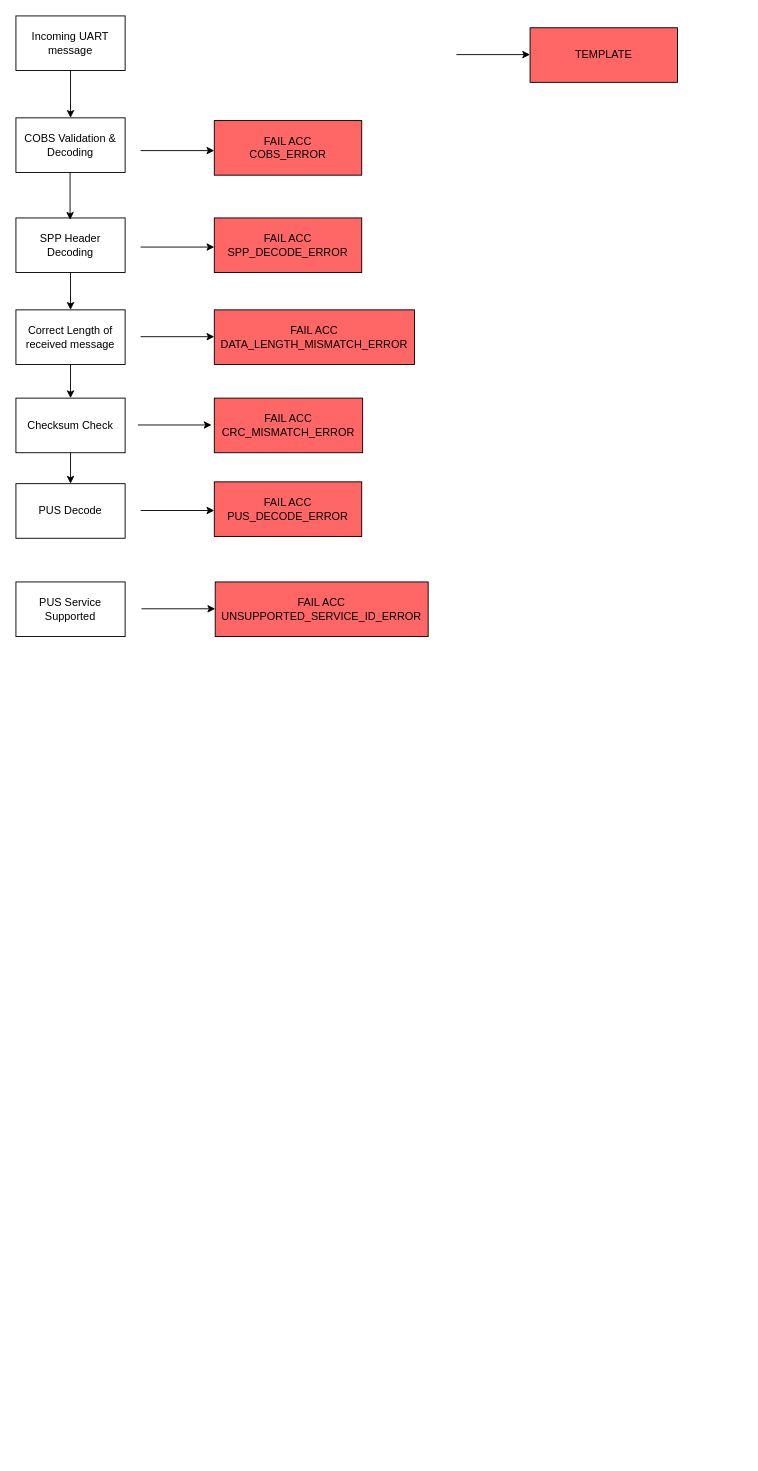
This is PUS_1_diagram.drawio from WhiskeySierraPapa/LP-Software-uC-SP-MThesis-2025, a draw.io file, before an edit. Source tidied: cells renumbered, new cells numbered last; positions are measured from the earlier drawing's top-left corner, leaving out a move shared by most shapes. Both pictures are drawn from the tidied source at 91%, with x=0, y=0 at pixel (15, 15).
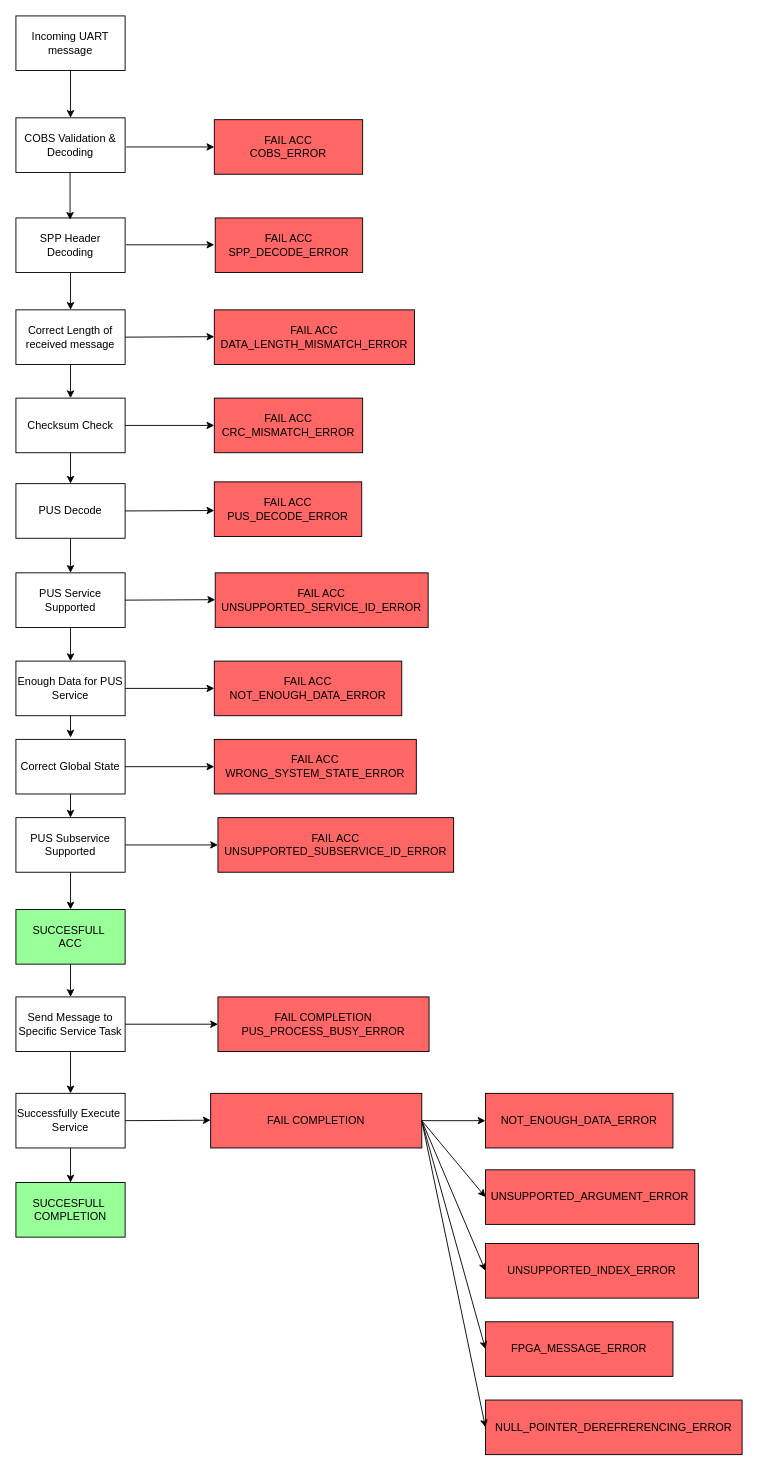
The same page after the edit.

The change refers to these unchanged cells:
```xml
<mxCell id="5" value="Correct Length of received message" style="rounded=0;whiteSpace=wrap;html=1;" parent="1" vertex="1">
  <mxGeometry y="323" width="120" height="60" as="geometry" />
</mxCell>
<mxCell id="6" value="Checksum Check" style="rounded=0;whiteSpace=wrap;html=1;" parent="1" vertex="1">
  <mxGeometry y="420" width="120" height="60" as="geometry" />
</mxCell>
<mxCell id="7" value="PUS Decode" style="rounded=0;whiteSpace=wrap;html=1;" parent="1" vertex="1">
  <mxGeometry y="514" width="120" height="60" as="geometry" />
</mxCell>
<mxCell id="17" value="FAIL ACC&lt;div&gt;CRC_MISMATCH_ERROR&lt;/div&gt;" style="rounded=0;whiteSpace=wrap;html=1;fillColor=#FF6666;" parent="1" vertex="1">
  <mxGeometry x="218" y="420" width="163" height="60" as="geometry" />
</mxCell>
```

The edit, as a diff of the source:
```diff
@@
-    <mxCell id="8" value="TEMPLATE" style="rounded=0;whiteSpace=wrap;html=1;fillColor=#FF6666;" parent="1" vertex="1">
-      <mxGeometry x="565" y="13" width="162" height="60" as="geometry" />
-    </mxCell>
-    <mxCell id="9" style="endArrow=classic;html=1;rounded=0;exitX=1;exitY=0.5;exitDx=0;exitDy=0;" parent="1" edge="1">
-      <mxGeometry relative="1" as="geometry">
-        <mxPoint x="484" y="42.5" as="sourcePoint" />
-        <mxPoint x="565" y="42.5" as="targetPoint" />
-      </mxGeometry>
-    </mxCell>
-    <mxCell id="10" style="endArrow=classic;html=1;rounded=0;" parent="1" edge="1">
+    <mxCell id="10" style="endArrow=classic;html=1;rounded=0;exitX=1;exitY=0.5;exitDx=0;exitDy=0;entryX=0;entryY=0.5;entryDx=0;entryDy=0;" parent="1" edge="1" target="11">
       <mxGeometry relative="1" as="geometry">
-        <mxPoint x="137" y="148" as="sourcePoint" />
-        <mxPoint x="218" y="148" as="targetPoint" />
+        <mxPoint x="121" y="144" as="sourcePoint" />
       </mxGeometry>
     </mxCell>
     <mxCell id="11" value="FAIL ACC&lt;div&gt;COBS_ERROR&lt;/div&gt;" style="rounded=0;whiteSpace=wrap;html=1;fillColor=#FF6666;" parent="1" vertex="1">
-      <mxGeometry x="218" y="115" width="162" height="60" as="geometry" />
+      <mxGeometry x="218" y="114" width="163" height="60" as="geometry" />
     </mxCell>
-    <mxCell id="12" style="endArrow=classic;html=1;rounded=0;exitX=1;exitY=0.5;exitDx=0;exitDy=0;" parent="1" edge="1">
-      <mxGeometry relative="1" as="geometry">
-        <mxPoint x="137" y="254" as="sourcePoint" />
-        <mxPoint x="218" y="254" as="targetPoint" />
-      </mxGeometry>
-    </mxCell>
     <mxCell id="13" value="FAIL ACC&lt;div&gt;SPP_DECODE_ERROR&lt;/div&gt;" style="rounded=0;whiteSpace=wrap;html=1;fillColor=#FF6666;" parent="1" vertex="1">
-      <mxGeometry x="218" y="222" width="162" height="60" as="geometry" />
+      <mxGeometry x="219" y="222" width="162" height="60" as="geometry" />
     </mxCell>
-    <mxCell id="14" style="endArrow=classic;html=1;rounded=0;exitX=1;exitY=0.5;exitDx=0;exitDy=0;" parent="1" edge="1">
+    <mxCell id="14" style="endArrow=classic;html=1;rounded=0;exitX=1;exitY=0.5;exitDx=0;exitDy=0;" parent="1" edge="1" source="5">
       <mxGeometry relative="1" as="geometry">
-        <mxPoint x="137" y="352.5" as="sourcePoint" />
         <mxPoint x="218" y="352.5" as="targetPoint" />
       </mxGeometry>
     </mxCell>
@@
-    <mxCell id="16" style="endArrow=classic;html=1;rounded=0;exitX=1;exitY=0.5;exitDx=0;exitDy=0;" parent="1" edge="1">
-      <mxGeometry relative="1" as="geometry">
-        <mxPoint x="134" y="449.5" as="sourcePoint" />
-        <mxPoint x="215" y="449.5" as="targetPoint" />
-      </mxGeometry>
+    <mxCell id="16" style="endArrow=classic;html=1;rounded=0;exitX=1;exitY=0.5;exitDx=0;exitDy=0;entryX=0;entryY=0.5;entryDx=0;entryDy=0;" parent="1" edge="1" source="6" target="17">
+      <mxGeometry relative="1" as="geometry" />
     </mxCell>
@@
-    <mxCell id="18" style="endArrow=classic;html=1;rounded=0;exitX=1;exitY=0.5;exitDx=0;exitDy=0;" parent="1" edge="1">
+    <mxCell id="18" style="endArrow=classic;html=1;rounded=0;exitX=1;exitY=0.5;exitDx=0;exitDy=0;" parent="1" edge="1" source="7">
       <mxGeometry relative="1" as="geometry">
-        <mxPoint x="137" y="543.5" as="sourcePoint" />
         <mxPoint x="218" y="543.5" as="targetPoint" />
       </mxGeometry>
     </mxCell>
@@
     <mxCell id="25" value="PUS Service Supported" style="rounded=0;whiteSpace=wrap;html=1;" parent="1" vertex="1">
-      <mxGeometry y="622" width="120" height="60" as="geometry" />
+      <mxGeometry y="612" width="120" height="60" as="geometry" />
     </mxCell>
     <mxCell id="26" value="FAIL ACC&lt;div&gt;UNSUPPORTED_SERVICE_ID_ERROR&lt;/div&gt;" style="rounded=0;whiteSpace=wrap;html=1;fillColor=#FF6666;" parent="1" vertex="1">
-      <mxGeometry x="219" y="622" width="234" height="60" as="geometry" />
+      <mxGeometry x="219" y="612" width="234" height="60" as="geometry" />
     </mxCell>
-    <mxCell id="27" style="endArrow=classic;html=1;rounded=0;exitX=1;exitY=0.5;exitDx=0;exitDy=0;" parent="1" edge="1">
+    <mxCell id="27" style="endArrow=classic;html=1;rounded=0;exitX=1;exitY=0.5;exitDx=0;exitDy=0;" parent="1" edge="1" source="25">
       <mxGeometry relative="1" as="geometry">
-        <mxPoint x="138" y="651.5" as="sourcePoint" />
-        <mxPoint x="219" y="651.5" as="targetPoint" />
+        <mxPoint x="219" y="641.5" as="targetPoint" />
       </mxGeometry>
     </mxCell>
+    <mxCell id="28" value="Enough Data for PUS Service" style="rounded=0;whiteSpace=wrap;html=1;" parent="1" vertex="1">
+      <mxGeometry y="709" width="120" height="60" as="geometry" />
+    </mxCell>
+    <mxCell id="29" value="Correct Global State" style="rounded=0;whiteSpace=wrap;html=1;" parent="1" vertex="1">
+      <mxGeometry y="795" width="120" height="60" as="geometry" />
+    </mxCell>
+    <mxCell id="30" value="FAIL ACC&lt;div&gt;NOT_ENOUGH_DATA_ERROR&lt;/div&gt;" style="rounded=0;whiteSpace=wrap;html=1;fillColor=#FF6666;" parent="1" vertex="1">
+      <mxGeometry x="218" y="709" width="206" height="60" as="geometry" />
+    </mxCell>
+    <mxCell id="31" style="endArrow=classic;html=1;rounded=0;exitX=1;exitY=0.5;exitDx=0;exitDy=0;entryX=0;entryY=0.5;entryDx=0;entryDy=0;" parent="1" edge="1" source="28" target="30">
+      <mxGeometry relative="1" as="geometry" />
+    </mxCell>
+    <mxCell id="32" value="FAIL ACC&lt;div&gt;WRONG_SYSTEM_STATE_ERROR&lt;/div&gt;" style="rounded=0;whiteSpace=wrap;html=1;fillColor=#FF6666;" parent="1" vertex="1">
+      <mxGeometry x="218" y="795" width="222" height="60" as="geometry" />
+    </mxCell>
+    <mxCell id="33" style="endArrow=classic;html=1;rounded=0;exitX=1;exitY=0.5;exitDx=0;exitDy=0;entryX=0;entryY=0.5;entryDx=0;entryDy=0;" parent="1" edge="1" source="29" target="32">
+      <mxGeometry relative="1" as="geometry" />
+    </mxCell>
+    <mxCell id="34" style="endArrow=classic;html=1;rounded=0;exitX=0.5;exitY=1;exitDx=0;exitDy=0;entryX=0.5;entryY=0;entryDx=0;entryDy=0;" parent="1" edge="1" source="7" target="25">
+      <mxGeometry relative="1" as="geometry" />
+    </mxCell>
+    <mxCell id="35" style="endArrow=classic;html=1;rounded=0;exitX=0.5;exitY=1;exitDx=0;exitDy=0;" parent="1" edge="1" source="25" target="28">
+      <mxGeometry relative="1" as="geometry" />
+    </mxCell>
+    <mxCell id="36" style="endArrow=classic;html=1;rounded=0;exitX=0.5;exitY=1;exitDx=0;exitDy=0;" parent="1" edge="1" source="28">
+      <mxGeometry relative="1" as="geometry">
+        <mxPoint x="60" y="793" as="targetPoint" />
+      </mxGeometry>
+    </mxCell>
+    <mxCell id="37" value="PUS Subservice&lt;div&gt;Supported&lt;/div&gt;" style="rounded=0;whiteSpace=wrap;html=1;" parent="1" vertex="1">
+      <mxGeometry y="881" width="120" height="60" as="geometry" />
+    </mxCell>
+    <mxCell id="38" value="FAIL ACC&lt;div&gt;UNSUPPORTED_SUBSERVICE_ID_ERROR&lt;/div&gt;" style="rounded=0;whiteSpace=wrap;html=1;fillColor=#FF6666;" parent="1" vertex="1">
+      <mxGeometry x="222" y="881" width="259" height="60" as="geometry" />
+    </mxCell>
+    <mxCell id="39" style="endArrow=classic;html=1;rounded=0;exitX=1;exitY=0.5;exitDx=0;exitDy=0;entryX=0;entryY=0.5;entryDx=0;entryDy=0;" parent="1" edge="1" source="37" target="38">
+      <mxGeometry relative="1" as="geometry" />
+    </mxCell>
+    <mxCell id="40" value="SUCCESFULL&amp;nbsp;&lt;div&gt;ACC&lt;/div&gt;" style="rounded=0;whiteSpace=wrap;html=1;fillColor=#99FF99;" parent="1" vertex="1">
+      <mxGeometry y="982" width="120" height="60" as="geometry" />
+    </mxCell>
+    <mxCell id="41" style="endArrow=classic;html=1;rounded=0;exitX=0.5;exitY=1;exitDx=0;exitDy=0;entryX=0.5;entryY=0;entryDx=0;entryDy=0;" parent="1" edge="1" source="29" target="37">
+      <mxGeometry relative="1" as="geometry" />
+    </mxCell>
+    <mxCell id="42" style="endArrow=classic;html=1;rounded=0;exitX=0.5;exitY=1;exitDx=0;exitDy=0;entryX=0.5;entryY=0;entryDx=0;entryDy=0;" parent="1" edge="1" source="37" target="40">
+      <mxGeometry relative="1" as="geometry" />
+    </mxCell>
+    <mxCell id="43" value="Send Message to Specific Service Task" style="rounded=0;whiteSpace=wrap;html=1;" parent="1" vertex="1">
+      <mxGeometry y="1078" width="120" height="60" as="geometry" />
+    </mxCell>
+    <mxCell id="44" style="endArrow=classic;html=1;rounded=0;exitX=1;exitY=0.5;exitDx=0;exitDy=0;entryX=0;entryY=0.5;entryDx=0;entryDy=0;" parent="1" edge="1" source="43" target="45">
+      <mxGeometry relative="1" as="geometry" />
+    </mxCell>
+    <mxCell id="45" value="FAIL COMPLETION&lt;div&gt;PUS_PROCESS_BUSY_ERROR&lt;/div&gt;" style="rounded=0;whiteSpace=wrap;html=1;fillColor=#FF6666;" parent="1" vertex="1">
+      <mxGeometry x="222" y="1078" width="232" height="60" as="geometry" />
+    </mxCell>
+    <mxCell id="46" style="endArrow=classic;html=1;rounded=0;exitX=0.5;exitY=1;exitDx=0;exitDy=0;entryX=0.5;entryY=0;entryDx=0;entryDy=0;" parent="1" edge="1" source="40" target="43">
+      <mxGeometry relative="1" as="geometry" />
+    </mxCell>
+    <mxCell id="47" value="Successfully Execute&amp;nbsp;&lt;div&gt;Service&lt;/div&gt;" style="rounded=0;whiteSpace=wrap;html=1;" parent="1" vertex="1">
+      <mxGeometry y="1184" width="120" height="60" as="geometry" />
+    </mxCell>
+    <mxCell id="48" value="SUCCESFULL&amp;nbsp;&lt;div&gt;COMPLETION&lt;/div&gt;" style="rounded=0;whiteSpace=wrap;html=1;fillColor=#99FF99;" parent="1" vertex="1">
+      <mxGeometry y="1282" width="120" height="60" as="geometry" />
+    </mxCell>
+    <mxCell id="49" style="endArrow=classic;html=1;rounded=0;exitX=0.5;exitY=1;exitDx=0;exitDy=0;entryX=0.5;entryY=0;entryDx=0;entryDy=0;" parent="1" edge="1" source="43" target="47">
+      <mxGeometry relative="1" as="geometry" />
+    </mxCell>
+    <mxCell id="50" style="endArrow=classic;html=1;rounded=0;exitX=0.5;exitY=1;exitDx=0;exitDy=0;entryX=0.5;entryY=0;entryDx=0;entryDy=0;" parent="1" edge="1" source="47" target="48">
+      <mxGeometry relative="1" as="geometry" />
+    </mxCell>
+    <mxCell id="51" value="FAIL COMPLETION" style="rounded=0;whiteSpace=wrap;html=1;fillColor=#FF6666;" parent="1" vertex="1">
+      <mxGeometry x="214" y="1184" width="232" height="60" as="geometry" />
+    </mxCell>
+    <mxCell id="52" style="endArrow=classic;html=1;rounded=0;exitX=1;exitY=0.5;exitDx=0;exitDy=0;" parent="1" edge="1" source="47">
+      <mxGeometry relative="1" as="geometry">
+        <mxPoint x="214" y="1213.5" as="targetPoint" />
+      </mxGeometry>
+    </mxCell>
+    <mxCell id="53" value="UNSUPPORTED_ARGUMENT_ERROR" style="rounded=0;whiteSpace=wrap;html=1;fillColor=#FF6666;" parent="1" vertex="1">
+      <mxGeometry x="516" y="1268" width="230" height="60" as="geometry" />
+    </mxCell>
+    <mxCell id="54" value="NOT_ENOUGH_DATA_ERROR" style="rounded=0;whiteSpace=wrap;html=1;fillColor=#FF6666;" parent="1" vertex="1">
+      <mxGeometry x="516" y="1184" width="206" height="60" as="geometry" />
+    </mxCell>
+    <mxCell id="55" value="UNSUPPORTED_INDEX_ERROR" style="rounded=0;whiteSpace=wrap;html=1;fillColor=#FF6666;" parent="1" vertex="1">
+      <mxGeometry x="516" y="1349" width="234" height="60" as="geometry" />
+    </mxCell>
+    <mxCell id="56" value="FPGA_MESSAGE_ERROR" style="rounded=0;whiteSpace=wrap;html=1;fillColor=#FF6666;" parent="1" vertex="1">
+      <mxGeometry x="516" y="1435" width="206" height="60" as="geometry" />
+    </mxCell>
+    <mxCell id="57" value="NULL_POINTER_DEREFRERENCING_ERROR" style="rounded=0;whiteSpace=wrap;html=1;fillColor=#FF6666;" parent="1" vertex="1">
+      <mxGeometry x="516" y="1521" width="282" height="60" as="geometry" />
+    </mxCell>
+    <mxCell id="58" style="endArrow=classic;html=1;rounded=0;exitX=1;exitY=0.5;exitDx=0;exitDy=0;entryX=0;entryY=0.5;entryDx=0;entryDy=0;" parent="1" edge="1" source="51" target="54">
+      <mxGeometry relative="1" as="geometry" />
+    </mxCell>
+    <mxCell id="59" style="endArrow=classic;html=1;rounded=0;exitX=1;exitY=0.5;exitDx=0;exitDy=0;entryX=0;entryY=0.5;entryDx=0;entryDy=0;" parent="1" edge="1" source="51" target="53">
+      <mxGeometry relative="1" as="geometry" />
+    </mxCell>
+    <mxCell id="60" style="endArrow=classic;html=1;rounded=0;exitX=1;exitY=0.5;exitDx=0;exitDy=0;entryX=0;entryY=0.5;entryDx=0;entryDy=0;" parent="1" edge="1" source="51" target="55">
+      <mxGeometry relative="1" as="geometry" />
+    </mxCell>
+    <mxCell id="61" style="endArrow=classic;html=1;rounded=0;exitX=1;exitY=0.5;exitDx=0;exitDy=0;entryX=0;entryY=0.5;entryDx=0;entryDy=0;" parent="1" edge="1" source="51" target="56">
+      <mxGeometry relative="1" as="geometry" />
+    </mxCell>
+    <mxCell id="62" style="endArrow=classic;html=1;rounded=0;exitX=1;exitY=0.5;exitDx=0;exitDy=0;entryX=0;entryY=0.5;entryDx=0;entryDy=0;" parent="1" edge="1" source="51" target="57">
+      <mxGeometry relative="1" as="geometry" />
+    </mxCell>
+    <mxCell id="63" style="endArrow=classic;html=1;rounded=0;exitX=1;exitY=0.5;exitDx=0;exitDy=0;entryX=0;entryY=0.5;entryDx=0;entryDy=0;" parent="1" edge="1">
+      <mxGeometry relative="1" as="geometry">
+        <mxPoint x="121" y="251.5" as="sourcePoint" />
+        <mxPoint x="218" y="251.5" as="targetPoint" />
+      </mxGeometry>
+    </mxCell>
```
